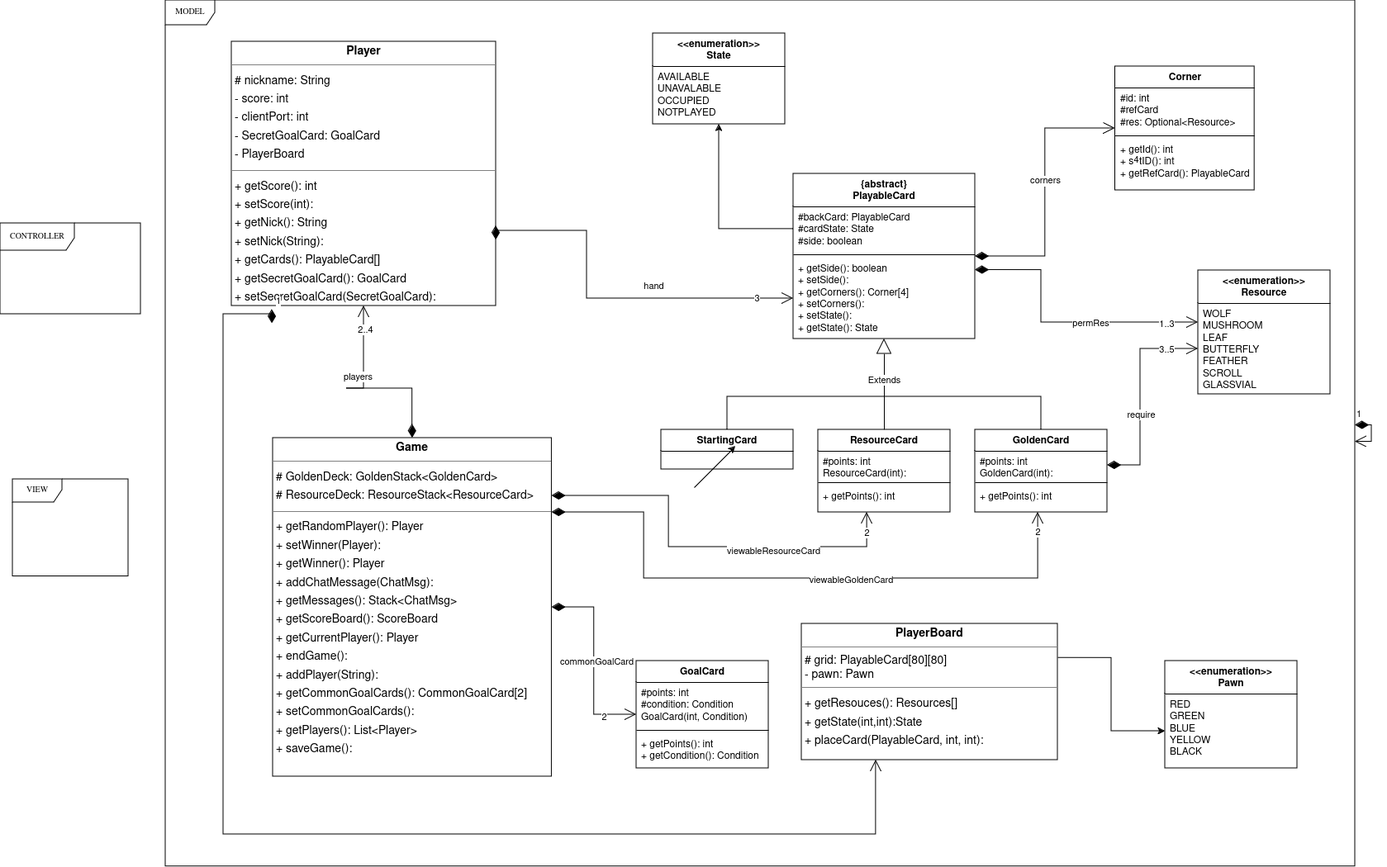
Before: UML method.png, a diagram exported from draw.io (RogerTWS02/ing-sw-2024-Esposito-Falzoni-Frisone-Grassi). Source tidied: cells renumbered, new cells last; positions are measured from the earlier drawing's top-left corner, leaving out a move shared by most shapes.
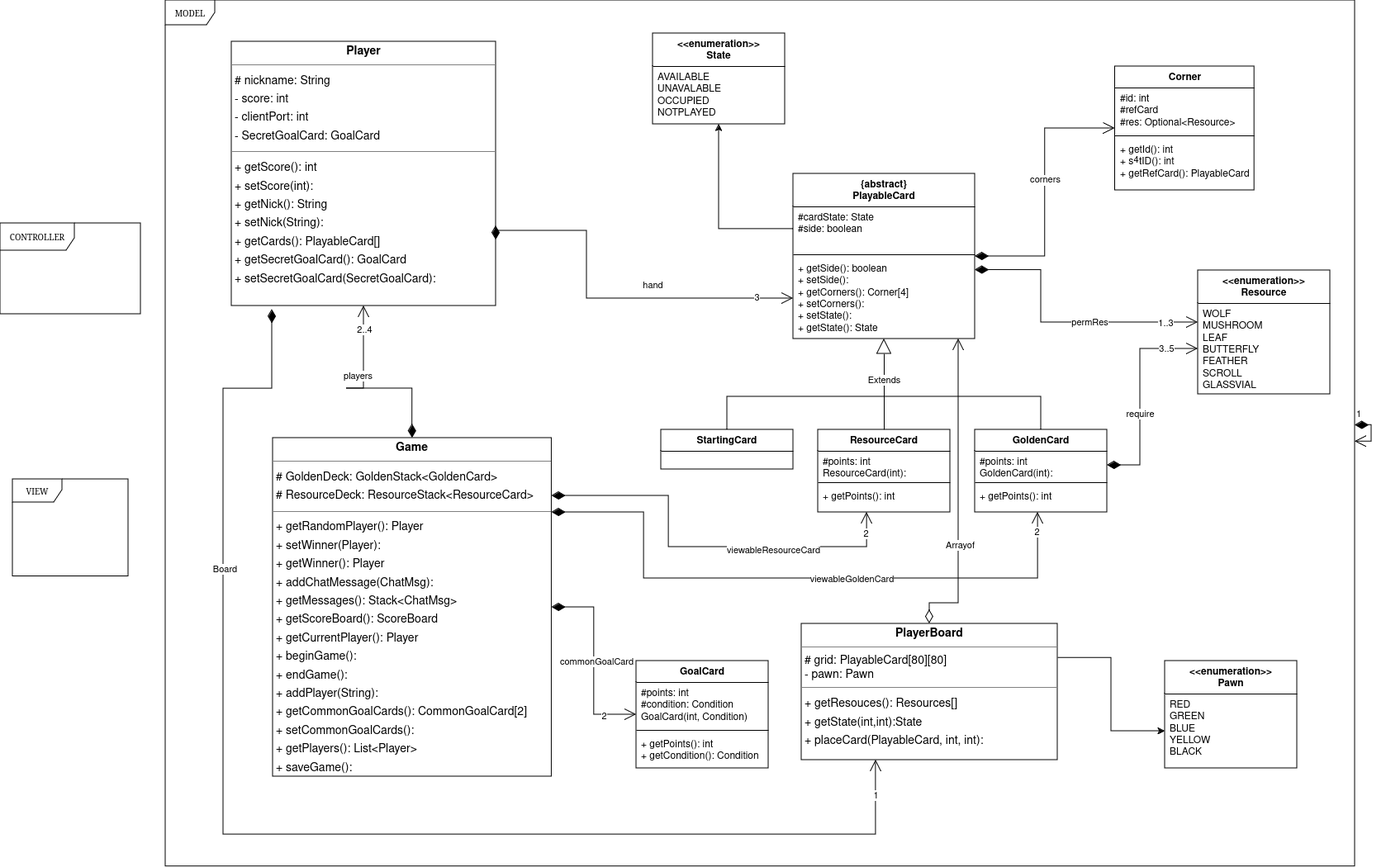
Above is the later version.

Change to the diagram source:
```diff
@@ -11,7 +11,7 @@
     <mxCell id="4" value="{abstract}&lt;br&gt;PlayableCard" style="swimlane;fontStyle=1;align=center;verticalAlign=top;horizontal=1;startSize=40;whiteSpace=wrap;html=1;" parent="1" vertex="1">
       <mxGeometry x="960" y="210" width="220" height="200" as="geometry" />
     </mxCell>
-    <mxCell id="5" value="#backCard: PlayableCard&lt;div&gt;#cardState: State&lt;/div&gt;&lt;div&gt;#side: boolean&lt;/div&gt;" style="text;strokeColor=none;fillColor=none;align=left;verticalAlign=top;spacingLeft=4;spacingRight=4;overflow=hidden;points=[[0,0.5],[1,0.5]];portConstraint=eastwest;whiteSpace=wrap;html=1;" parent="4" vertex="1">
+    <mxCell id="5" value="&lt;div&gt;#cardState: State&lt;/div&gt;&lt;div&gt;#side: boolean&lt;/div&gt;" style="text;strokeColor=none;fillColor=none;align=left;verticalAlign=top;spacingLeft=4;spacingRight=4;overflow=hidden;points=[[0,0.5],[1,0.5]];portConstraint=eastwest;whiteSpace=wrap;html=1;" parent="4" vertex="1">
       <mxGeometry y="40" width="220" height="54" as="geometry" />
     </mxCell>
     <mxCell id="6" style="line;strokeWidth=1;fillColor=none;align=left;verticalAlign=middle;spacingTop=-1;spacingLeft=3;spacingRight=3;labelPosition=right;strokeColor=inherit;" parent="4" vertex="1">
@@ -47,7 +47,7 @@
     <mxCell id="16" value="&lt;div&gt;RED&lt;/div&gt;&lt;div&gt;GREEN&lt;/div&gt;&lt;div&gt;BLUE&lt;/div&gt;&lt;div&gt;YELLOW&lt;/div&gt;&lt;div&gt;BLACK&lt;/div&gt;" style="text;strokeColor=none;fillColor=none;align=left;verticalAlign=top;spacingLeft=4;spacingRight=4;overflow=hidden;points=[[0,0.5],[1,0.5]];portConstraint=eastwest;whiteSpace=wrap;html=1;" parent="15" vertex="1">
       <mxGeometry y="40" width="160" height="90" as="geometry" />
     </mxCell>
-    <mxCell id="17" value="&lt;p style=&quot;margin:0px;margin-top:4px;text-align:center;&quot;&gt;&lt;b&gt;Game&lt;/b&gt;&lt;/p&gt;&lt;hr size=&quot;1&quot;&gt;&lt;p style=&quot;margin:0 0 0 4px;line-height:1.6;&quot;&gt;&lt;span style=&quot;background-color: initial;&quot;&gt;# GoldenDeck: GoldenStack&amp;lt;GoldenCard&amp;gt;&lt;/span&gt;&lt;br&gt;&lt;/p&gt;&lt;div&gt;&lt;p style=&quot;margin: 0px 0px 0px 4px; line-height: 1.6;&quot;&gt;&lt;span style=&quot;background-color: initial;&quot;&gt;# ResourceDeck: ResourceStack&amp;lt;ResourceCard&amp;gt;&lt;/span&gt;&lt;/p&gt;&lt;/div&gt;&lt;hr size=&quot;1&quot;&gt;&lt;p style=&quot;margin:0 0 0 4px;line-height:1.6;&quot;&gt;+ getRandomPlayer(): Player&lt;br&gt;+ setWinner(Player):&lt;/p&gt;&lt;p style=&quot;margin:0 0 0 4px;line-height:1.6;&quot;&gt;+ getWinner(): Player&lt;/p&gt;&lt;p style=&quot;margin:0 0 0 4px;line-height:1.6;&quot;&gt;+ addChatMessage(ChatMsg):&lt;br&gt;+ getMessages(): Stack&amp;lt;ChatMsg&amp;gt;&lt;br&gt;+ getScoreBoard(): ScoreBoard&lt;br&gt;+ getCurrentPlayer(): Player&lt;br&gt;+ endGame(): &lt;br&gt;+ addPlayer(String): &lt;br&gt;+ getCommonGoalCards(): CommonGoalCard[2]&lt;/p&gt;&lt;p style=&quot;margin:0 0 0 4px;line-height:1.6;&quot;&gt;+ setCommonGoalCards():&lt;br&gt;+ getPlayers(): List&amp;lt;Player&amp;gt;&lt;br&gt;+ saveGame(): &lt;br&gt;&lt;/p&gt;" style="verticalAlign=top;align=left;overflow=fill;fontSize=14;fontFamily=Helvetica;html=1;rounded=0;shadow=0;comic=0;labelBackgroundColor=none;strokeWidth=1;" parent="1" vertex="1">
+    <mxCell id="17" value="&lt;p style=&quot;margin:0px;margin-top:4px;text-align:center;&quot;&gt;&lt;b&gt;Game&lt;/b&gt;&lt;/p&gt;&lt;hr size=&quot;1&quot;&gt;&lt;p style=&quot;margin:0 0 0 4px;line-height:1.6;&quot;&gt;&lt;span style=&quot;background-color: initial;&quot;&gt;# GoldenDeck: GoldenStack&amp;lt;GoldenCard&amp;gt;&lt;/span&gt;&lt;br&gt;&lt;/p&gt;&lt;div&gt;&lt;p style=&quot;margin: 0px 0px 0px 4px; line-height: 1.6;&quot;&gt;&lt;span style=&quot;background-color: initial;&quot;&gt;# ResourceDeck: ResourceStack&amp;lt;ResourceCard&amp;gt;&lt;/span&gt;&lt;/p&gt;&lt;/div&gt;&lt;hr size=&quot;1&quot;&gt;&lt;p style=&quot;margin:0 0 0 4px;line-height:1.6;&quot;&gt;+ getRandomPlayer(): Player&lt;br&gt;+ setWinner(Player):&lt;/p&gt;&lt;p style=&quot;margin:0 0 0 4px;line-height:1.6;&quot;&gt;+ getWinner(): Player&lt;/p&gt;&lt;p style=&quot;margin:0 0 0 4px;line-height:1.6;&quot;&gt;+ addChatMessage(ChatMsg):&lt;br&gt;+ getMessages(): Stack&amp;lt;ChatMsg&amp;gt;&lt;br&gt;+ getScoreBoard(): ScoreBoard&lt;br&gt;+ getCurrentPlayer(): Player&lt;/p&gt;&lt;p style=&quot;margin:0 0 0 4px;line-height:1.6;&quot;&gt;+ beginGame():&lt;br&gt;&lt;/p&gt;&lt;p style=&quot;margin:0 0 0 4px;line-height:1.6;&quot;&gt;+ endGame(): &lt;br&gt;+ addPlayer(String): &lt;br&gt;+ getCommonGoalCards(): CommonGoalCard[2]&lt;/p&gt;&lt;p style=&quot;margin:0 0 0 4px;line-height:1.6;&quot;&gt;+ setCommonGoalCards():&lt;br&gt;+ getPlayers(): List&amp;lt;Player&amp;gt;&lt;br&gt;+ saveGame(): &lt;br&gt;&lt;/p&gt;" style="verticalAlign=top;align=left;overflow=fill;fontSize=14;fontFamily=Helvetica;html=1;rounded=0;shadow=0;comic=0;labelBackgroundColor=none;strokeWidth=1;" parent="1" vertex="1">
       <mxGeometry x="330" y="530" width="337.4" height="410" as="geometry" />
     </mxCell>
     <mxCell id="18" value="Extends" style="endArrow=block;endSize=16;endFill=0;html=1;rounded=0;entryX=0.5;entryY=1;entryDx=0;entryDy=0;exitX=0.5;exitY=0;exitDx=0;exitDy=0;" parent="1" edge="1" source="38" target="4">
@@ -75,7 +75,7 @@
     <mxCell id="22" value="&lt;p style=&quot;margin:0px;margin-top:4px;text-align:center;&quot;&gt;&lt;b&gt;PlayerBoard&lt;/b&gt;&lt;/p&gt;&lt;hr size=&quot;1&quot;&gt;&amp;nbsp;&lt;span style=&quot;background-color: initial;&quot;&gt;# grid: PlayableCard[80][80]&amp;nbsp;&lt;/span&gt;&lt;div&gt;&amp;nbsp;- pawn: Pawn&amp;nbsp;&lt;div&gt;&lt;hr size=&quot;1&quot;&gt;&lt;p style=&quot;margin:0 0 0 4px;line-height:1.6;&quot;&gt;+ getResouces(): Resources[]&lt;br&gt;+ getState(int,int):State&lt;br&gt;+ placeCard(PlayableCard, int, int): &lt;br&gt;&lt;/p&gt;&lt;/div&gt;&lt;/div&gt;" style="verticalAlign=top;align=left;overflow=fill;fontSize=14;fontFamily=Helvetica;html=1;rounded=0;shadow=0;comic=0;labelBackgroundColor=none;strokeWidth=1;" parent="1" vertex="1">
       <mxGeometry x="970" y="755" width="310" height="165" as="geometry" />
     </mxCell>
-    <mxCell id="23" value="&lt;p style=&quot;margin:0px;margin-top:4px;text-align:center;&quot;&gt;&lt;b&gt;Player&lt;/b&gt;&lt;/p&gt;&lt;hr size=&quot;1&quot;&gt;&lt;p style=&quot;margin:0 0 0 4px;line-height:1.6;&quot;&gt;# nickname: String&lt;/p&gt;&lt;p style=&quot;margin:0 0 0 4px;line-height:1.6;&quot;&gt;- score: int&lt;/p&gt;&lt;p style=&quot;margin:0 0 0 4px;line-height:1.6;&quot;&gt;- clientPort: int&lt;/p&gt;&lt;p style=&quot;margin:0 0 0 4px;line-height:1.6;&quot;&gt;- SecretGoalCard: GoalCard&lt;/p&gt;&lt;p style=&quot;margin:0 0 0 4px;line-height:1.6;&quot;&gt;- PlayerBoard&lt;br&gt;&lt;/p&gt;&lt;hr size=&quot;1&quot;&gt;&lt;p style=&quot;margin:0 0 0 4px;line-height:1.6;&quot;&gt;+ getScore(): int&lt;/p&gt;&lt;p style=&quot;margin:0 0 0 4px;line-height:1.6;&quot;&gt;+ setScore(int):&amp;nbsp;&lt;br&gt;+ getNick(): String&lt;/p&gt;&lt;p style=&quot;margin:0 0 0 4px;line-height:1.6;&quot;&gt;+ setNick(String):&lt;/p&gt;&lt;p style=&quot;margin:0 0 0 4px;line-height:1.6;&quot;&gt;+ getCards(): PlayableCard[]&lt;br&gt;+ getSecretGoalCard(): GoalCard&lt;br&gt;+ setSecretGoalCard(SecretGoalCard):&amp;nbsp;&lt;br&gt;&lt;/p&gt;" style="verticalAlign=top;align=left;overflow=fill;fontSize=14;fontFamily=Helvetica;html=1;rounded=0;shadow=0;comic=0;labelBackgroundColor=none;strokeWidth=1;" parent="1" vertex="1">
+    <mxCell id="23" value="&lt;p style=&quot;margin:0px;margin-top:4px;text-align:center;&quot;&gt;&lt;b&gt;Player&lt;/b&gt;&lt;/p&gt;&lt;hr size=&quot;1&quot;&gt;&lt;p style=&quot;margin:0 0 0 4px;line-height:1.6;&quot;&gt;# nickname: String&lt;/p&gt;&lt;p style=&quot;margin:0 0 0 4px;line-height:1.6;&quot;&gt;- score: int&lt;/p&gt;&lt;p style=&quot;margin:0 0 0 4px;line-height:1.6;&quot;&gt;- clientPort: int&lt;/p&gt;&lt;p style=&quot;margin:0 0 0 4px;line-height:1.6;&quot;&gt;- SecretGoalCard: GoalCard&lt;/p&gt;&lt;hr size=&quot;1&quot;&gt;&lt;p style=&quot;margin:0 0 0 4px;line-height:1.6;&quot;&gt;+ getScore(): int&lt;/p&gt;&lt;p style=&quot;margin:0 0 0 4px;line-height:1.6;&quot;&gt;+ setScore(int):&amp;nbsp;&lt;br&gt;+ getNick(): String&lt;/p&gt;&lt;p style=&quot;margin:0 0 0 4px;line-height:1.6;&quot;&gt;+ setNick(String):&lt;/p&gt;&lt;p style=&quot;margin:0 0 0 4px;line-height:1.6;&quot;&gt;+ getCards(): PlayableCard[]&lt;br&gt;+ getSecretGoalCard(): GoalCard&lt;br&gt;+ setSecretGoalCard(SecretGoalCard):&amp;nbsp;&lt;br&gt;&lt;/p&gt;" style="verticalAlign=top;align=left;overflow=fill;fontSize=14;fontFamily=Helvetica;html=1;rounded=0;shadow=0;comic=0;labelBackgroundColor=none;strokeWidth=1;" parent="1" vertex="1">
       <mxGeometry x="280" y="50" width="320" height="320" as="geometry" />
     </mxCell>
     <mxCell id="24" value="&amp;lt;&amp;lt;enumeration&amp;gt;&amp;gt;&lt;br&gt;State" style="swimlane;fontStyle=1;align=center;verticalAlign=top;horizontal=1;startSize=40;whiteSpace=wrap;html=1;" parent="1" vertex="1">
@@ -259,24 +259,38 @@
     <mxCell id="63" value="+ getPoints(): int&lt;div&gt;+ getCondition(): Condition&amp;nbsp;&lt;/div&gt;" style="text;strokeColor=none;fillColor=none;align=left;verticalAlign=top;spacingLeft=4;spacingRight=4;overflow=hidden;whiteSpace=wrap;html=1;" parent="60" vertex="1">
       <mxGeometry y="88" width="160" height="42" as="geometry" />
     </mxCell>
-    <mxCell id="64" style="endArrow=classic;html=1;rounded=0;" parent="1" edge="1">
-      <mxGeometry relative="1" as="geometry">
-        <mxPoint x="840" y="590" as="sourcePoint" />
-        <mxPoint x="890" y="540" as="targetPoint" />
-      </mxGeometry>
-    </mxCell>
     <mxCell id="65" value="1" style="endArrow=open;html=1;endSize=12;startArrow=diamondThin;startSize=14;startFill=1;edgeStyle=orthogonalEdgeStyle;align=left;verticalAlign=bottom;rounded=0;" parent="1" edge="1" source="2" target="2">
       <mxGeometry x="-1" y="3" relative="1" as="geometry" />
     </mxCell>
-    <mxCell id="66" value="1" style="endArrow=open;html=1;endSize=12;startArrow=diamondThin;startSize=14;startFill=1;edgeStyle=orthogonalEdgeStyle;align=left;verticalAlign=bottom;rounded=0;exitX=0.153;exitY=1.013;exitDx=0;exitDy=0;exitPerimeter=0;entryX=0.29;entryY=1;entryDx=0;entryDy=0;entryPerimeter=0;" parent="1" edge="1" source="23" target="22">
-      <mxGeometry x="-1" y="3" relative="1" as="geometry">
+    <mxCell id="66" style="endArrow=open;html=1;endSize=12;startArrow=diamondThin;startSize=14;startFill=1;edgeStyle=orthogonalEdgeStyle;align=left;verticalAlign=bottom;rounded=0;exitX=0.153;exitY=1.013;exitDx=0;exitDy=0;exitPerimeter=0;entryX=0.29;entryY=1;entryDx=0;entryDy=0;entryPerimeter=0;" parent="1" edge="1" source="23" target="22">
+      <mxGeometry x="0.9" y="-110" relative="1" as="geometry">
         <Array as="points">
-          <mxPoint x="329" y="380" />
-          <mxPoint x="270" y="380" />
+          <mxPoint x="329" y="470" />
+          <mxPoint x="270" y="470" />
           <mxPoint x="270" y="1010" />
           <mxPoint x="1060" y="1010" />
         </Array>
       </mxGeometry>
     </mxCell>
+    <mxCell id="67" value="&lt;div&gt;&lt;br&gt;&lt;/div&gt;" style="edgeLabel;html=1;align=center;verticalAlign=middle;" parent="66" vertex="1">
+      <mxGeometry x="0.95" y="-1" relative="1" as="geometry" />
+    </mxCell>
+    <mxCell id="68" value="1" style="edgeLabel;html=1;align=center;verticalAlign=middle;" parent="66" vertex="1">
+      <mxGeometry x="0.94" relative="1" as="geometry" />
+    </mxCell>
+    <mxCell id="69" value="Board" style="edgeLabel;html=1;align=center;verticalAlign=middle;" parent="66" vertex="1">
+      <mxGeometry x="-0.53" y="2" relative="1" as="geometry" />
+    </mxCell>
+    <mxCell id="70" style="endArrow=open;html=1;endSize=12;startArrow=diamondThin;startSize=14;startFill=0;edgeStyle=orthogonalEdgeStyle;align=left;verticalAlign=bottom;rounded=0;exitX=0.5;exitY=0;exitDx=0;exitDy=0;" parent="1" edge="1" source="22" target="7">
+      <mxGeometry x="-0.42" y="-10" relative="1" as="geometry">
+        <Array as="points">
+          <mxPoint x="1125" y="730" />
+          <mxPoint x="1160" y="730" />
+        </Array>
+      </mxGeometry>
+    </mxCell>
+    <mxCell id="71" value="Arrayof" style="edgeLabel;html=1;align=center;verticalAlign=middle;" parent="70" vertex="1">
+      <mxGeometry x="-0.32" y="-2" relative="1" as="geometry" />
+    </mxCell>
   </root>
 </mxGraphModel>
```
